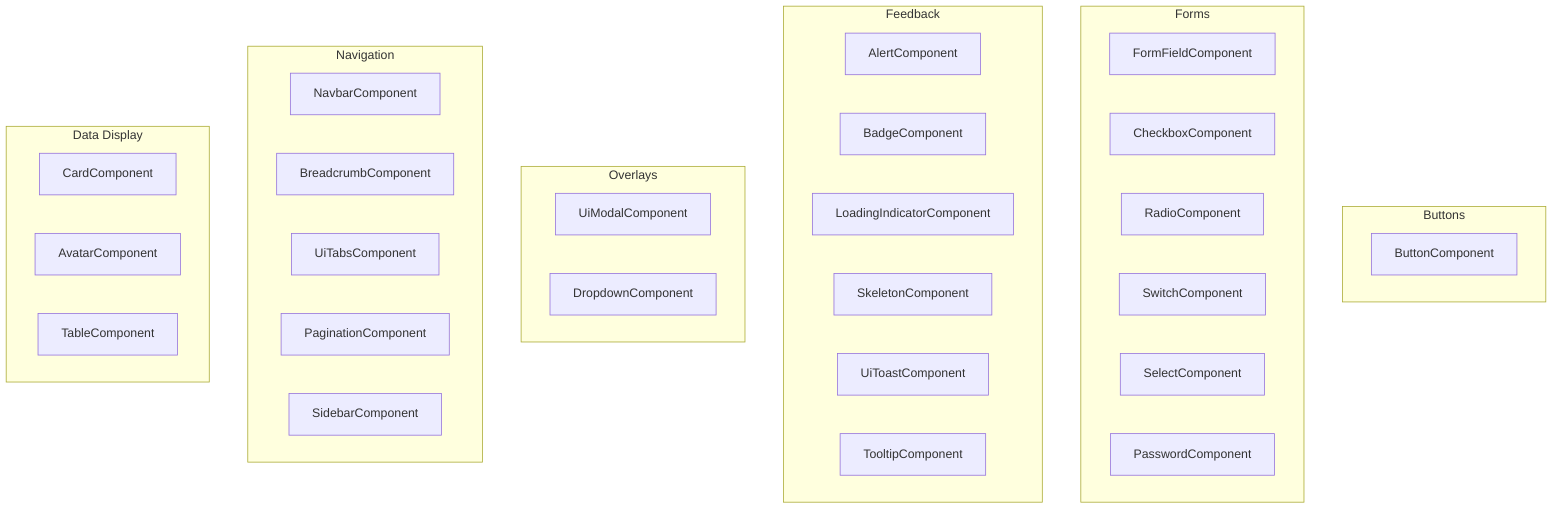
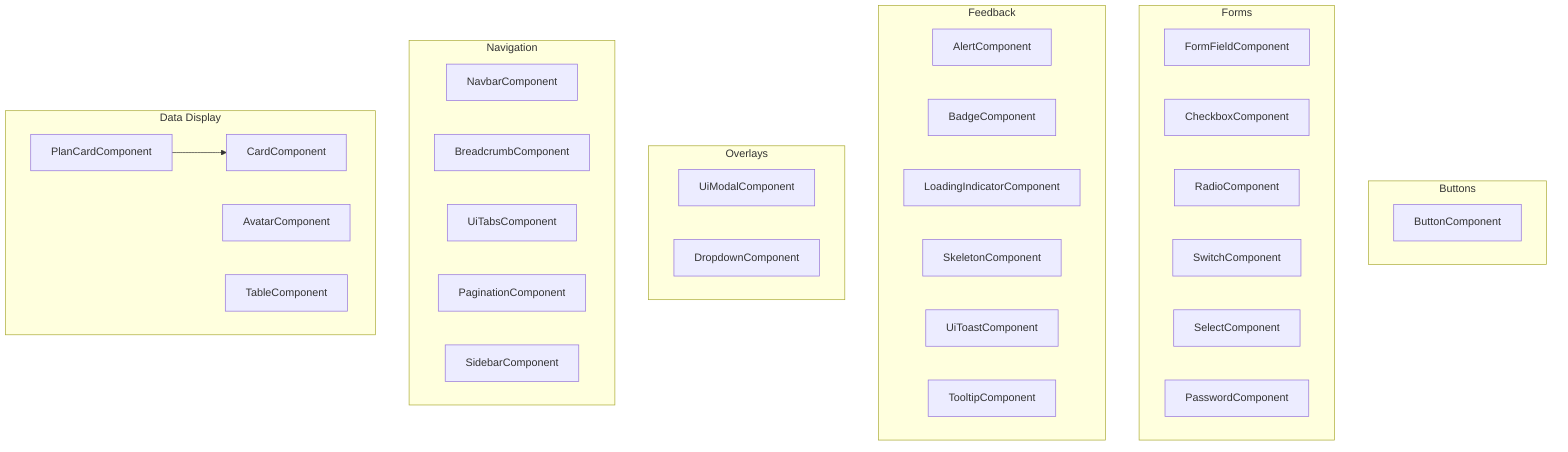
flowchart TB
  subgraph buttons["Buttons"]
    button_component["ButtonComponent"]
  end

  subgraph forms["Forms"]
    form_field_component["FormFieldComponent"]
    checkbox_component["CheckboxComponent"]
    radio_component["RadioComponent"]
    switch_component["SwitchComponent"]
    select_component["SelectComponent"]
    password_component["PasswordComponent"]
  end

  subgraph feedback["Feedback"]
    alert_component["AlertComponent"]
    badge_component["BadgeComponent"]
    loading_indicator_component["LoadingIndicatorComponent"]
    skeleton_component["SkeletonComponent"]
    ui_toast_component["UiToastComponent"]
    tooltip_component["TooltipComponent"]
  end

  subgraph overlays["Overlays"]
    ui_modal_component["UiModalComponent"]
    dropdown_component["DropdownComponent"]
  end

  subgraph navigation["Navigation"]
    navbar_component["NavbarComponent"]
    breadcrumb_component["BreadcrumbComponent"]
    ui_tabs_component["UiTabsComponent"]
    pagination_component["PaginationComponent"]
    sidebar_component["SidebarComponent"]
  end

  subgraph data_display["Data Display"]
    card_component["CardComponent"]
+     plan_card_component["PlanCardComponent"]
    avatar_component["AvatarComponent"]
    table_component["TableComponent"]
  end
+ 
+   plan_card_component --> card_component
